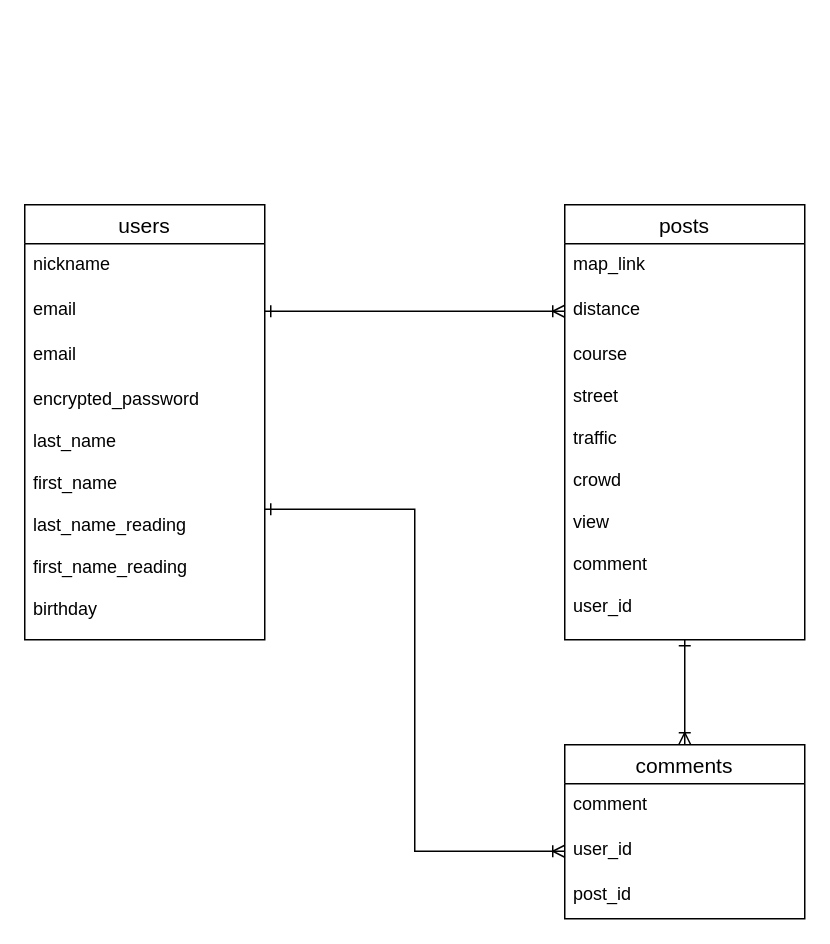
The draw.io diagram ER.dio in wakame-se/run-share, before the edit. Source tidied: cells renumbered, new cells numbered last; positions are measured from the earlier drawing's top-left corner, leaving out a move shared by most shapes. Both pictures are drawn from the tidied source at 150%, with x=0, y=0 at pixel (24, 204).
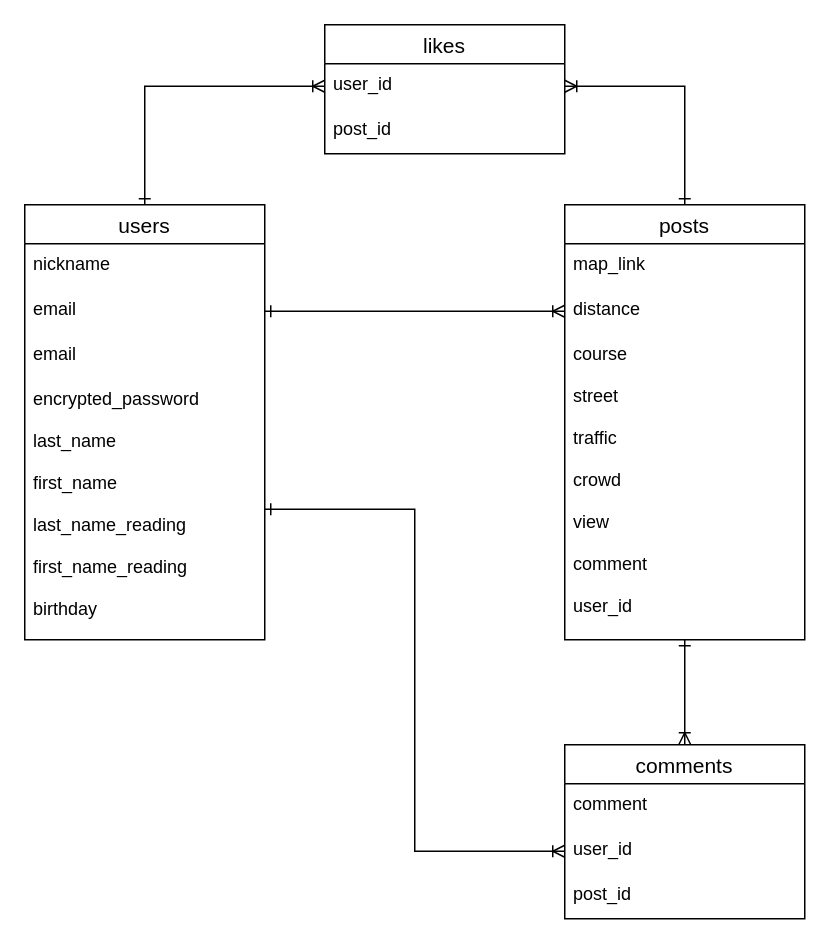
The same page after the edit.

Unchanged cells that the change refers to:
```xml
<mxCell id="2" value="users" style="swimlane;fontStyle=0;horizontal=1;startSize=26;align=center;fontSize=14;" parent="1" vertex="1">
  <mxGeometry width="160" height="290" as="geometry" />
</mxCell>
<mxCell id="8" value="posts" style="swimlane;fontStyle=0;horizontal=1;startSize=26;align=center;fontSize=14;" parent="1" vertex="1">
  <mxGeometry x="360" width="160" height="290" as="geometry" />
</mxCell>
```

What changed in the source:
```diff
@@
+    <mxCell id="18" style="edgeStyle=orthogonalEdgeStyle;rounded=0;jettySize=auto;html=1;entryX=0;entryY=0.5;entryDx=0;entryDy=0;endArrow=ERoneToMany;endFill=0;startArrow=ERone;startFill=0;" parent="1" edge="1" source="2" target="20">
+      <mxGeometry relative="1" as="geometry" />
+    </mxCell>
@@
+    <mxCell id="19" value="likes" style="swimlane;fontStyle=0;horizontal=1;startSize=26;align=center;fontSize=14;" parent="1" vertex="1">
+      <mxGeometry x="200" y="-120" width="160" height="86" as="geometry" />
+    </mxCell>
+    <mxCell id="20" value="user_id" style="text;strokeColor=none;fillColor=none;spacingLeft=4;spacingRight=4;overflow=hidden;points=[[0,0.5],[1,0.5]];portConstraint=eastwest;fontSize=12;" parent="19" vertex="1">
+      <mxGeometry y="26" width="160" height="30" as="geometry" />
+    </mxCell>
+    <mxCell id="21" value="post_id" style="text;strokeColor=none;fillColor=none;spacingLeft=4;spacingRight=4;overflow=hidden;fontSize=12;" parent="19" vertex="1">
+      <mxGeometry y="56" width="160" height="30" as="geometry" />
+    </mxCell>
+    <mxCell id="22" style="edgeStyle=orthogonalEdgeStyle;rounded=0;jettySize=auto;html=1;exitX=1;exitY=0.5;exitDx=0;exitDy=0;entryX=0.5;entryY=0;entryDx=0;entryDy=0;endArrow=ERone;endFill=0;startArrow=ERoneToMany;startFill=0;" parent="1" edge="1" source="20" target="8">
+      <mxGeometry relative="1" as="geometry" />
+    </mxCell>
```
